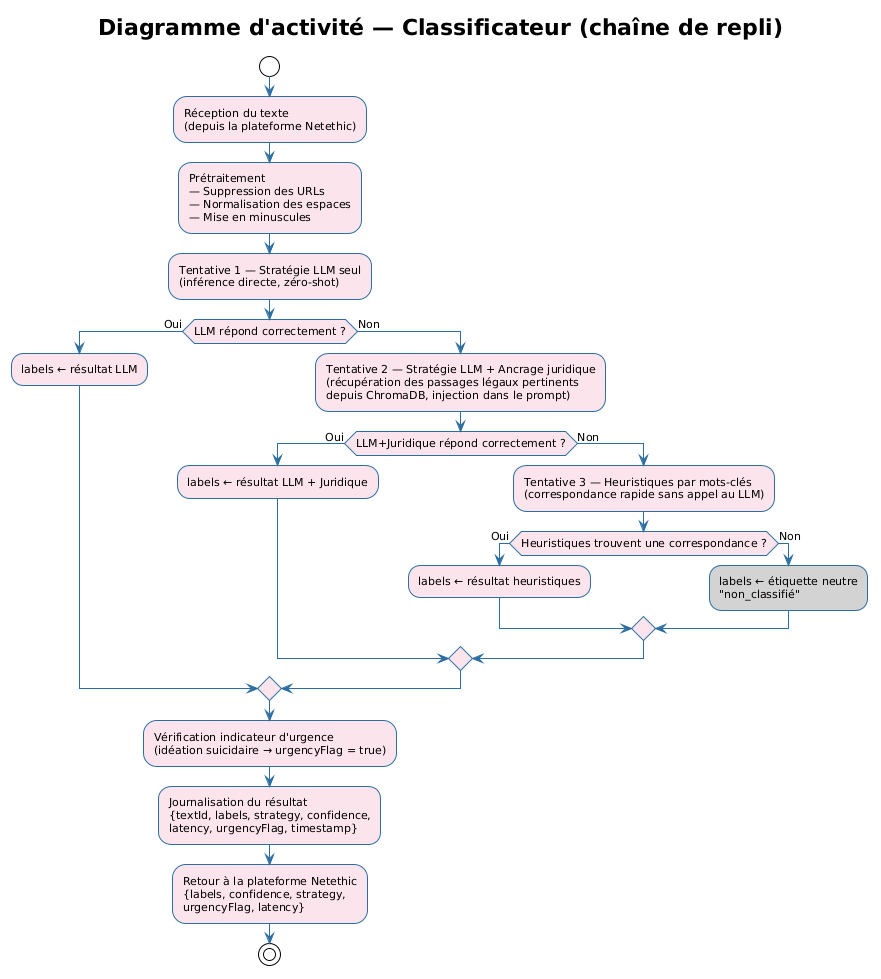
Before: diagramme/plantuml/10_activite_classificateur.png, a diagram exported from PlantUML (RedFalcon22/Rapport_ISTIC_2025_2026_v2). Source of this version:
```plantuml
@startuml
!theme plain
skinparam activityBorderColor #2C6EA0
skinparam activityBackgroundColor #FCE4EC
skinparam activityArrowColor #2C6EA0
skinparam diamondBorderColor #880000
skinparam diamondBackgroundColor #FCE4EC
skinparam defaultFontName Arial
skinparam defaultFontSize 11
title Diagramme d'activité — Classificateur (chaîne de repli)
start
:Réception du texte\n(depuis la plateforme Netethic);
:Prétraitement\n— Suppression des URLs\n— Normalisation des espaces\n— Mise en minuscules;
:Tentative 1 — Stratégie LLM seul\n(inférence directe, zéro-shot);
if (LLM répond correctement ?) then (Oui)
  :labels ← résultat LLM;
else (Non)
  :Tentative 2 — Stratégie LLM + Ancrage juridique\n(récupération des passages légaux pertinents\ndepuis ChromaDB, injection dans le prompt);
  if (LLM+Juridique répond correctement ?) then (Oui)
    :labels ← résultat LLM + Juridique;
  else (Non)
    :Tentative 3 — Heuristiques par mots-clés\n(correspondance rapide sans appel au LLM);
    if (Heuristiques trouvent une correspondance ?) then (Oui)
      :labels ← résultat heuristiques;
    else (Non)
      :labels ← étiquette neutre\n"non_classifié"; <<#LightGray>>
    endif
  endif
endif
:Vérification indicateur d'urgence\n(idéation suicidaire → urgencyFlag = true);
:Journalisation du résultat\n{textId, labels, strategy, confidence,\nlatency, urgencyFlag, timestamp};
:Retour à la plateforme Netethic\n{labels, confidence, strategy,\nurgencyFlag, latency};
stop
@enduml
```
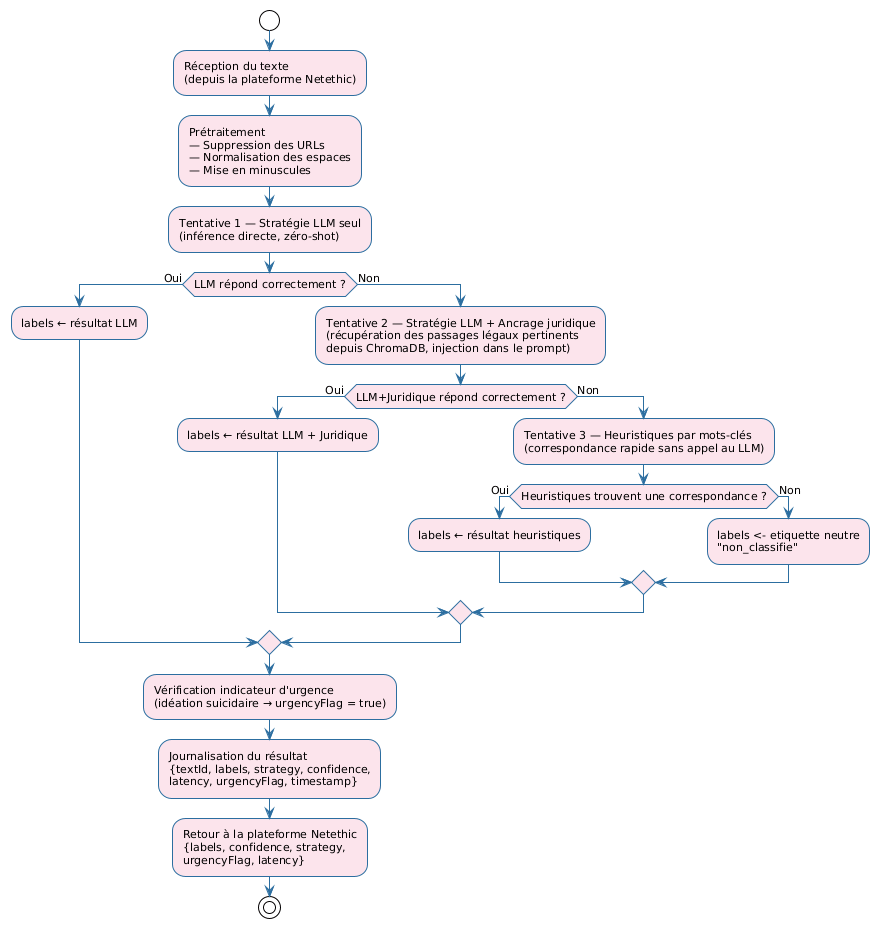
Above is the later version.

The edit, as a diff of the source:
```diff
@@ -1,4 +1,5 @@
 @startuml
+
 !theme plain
 skinparam activityBorderColor #2C6EA0
 skinparam activityBackgroundColor #FCE4EC
@@ -7,28 +8,43 @@
 skinparam diamondBackgroundColor #FCE4EC
 skinparam defaultFontName Arial
 skinparam defaultFontSize 11
-title Diagramme d'activité — Classificateur (chaîne de repli)
+
+
 start
+
 :Réception du texte\n(depuis la plateforme Netethic);
+
 :Prétraitement\n— Suppression des URLs\n— Normalisation des espaces\n— Mise en minuscules;
+
 :Tentative 1 — Stratégie LLM seul\n(inférence directe, zéro-shot);
+
 if (LLM répond correctement ?) then (Oui)
   :labels ← résultat LLM;
 else (Non)
+
   :Tentative 2 — Stratégie LLM + Ancrage juridique\n(récupération des passages légaux pertinents\ndepuis ChromaDB, injection dans le prompt);
+
   if (LLM+Juridique répond correctement ?) then (Oui)
     :labels ← résultat LLM + Juridique;
   else (Non)
+
     :Tentative 3 — Heuristiques par mots-clés\n(correspondance rapide sans appel au LLM);
+
     if (Heuristiques trouvent une correspondance ?) then (Oui)
       :labels ← résultat heuristiques;
     else (Non)
-      :labels ← étiquette neutre\n"non_classifié"; <<#LightGray>>
+      :labels <- etiquette neutre\n"non_classifie";
     endif
+
   endif
+
 endif
+
 :Vérification indicateur d'urgence\n(idéation suicidaire → urgencyFlag = true);
+
 :Journalisation du résultat\n{textId, labels, strategy, confidence,\nlatency, urgencyFlag, timestamp};
+
 :Retour à la plateforme Netethic\n{labels, confidence, strategy,\nurgencyFlag, latency};
+
 stop
 @enduml
```
